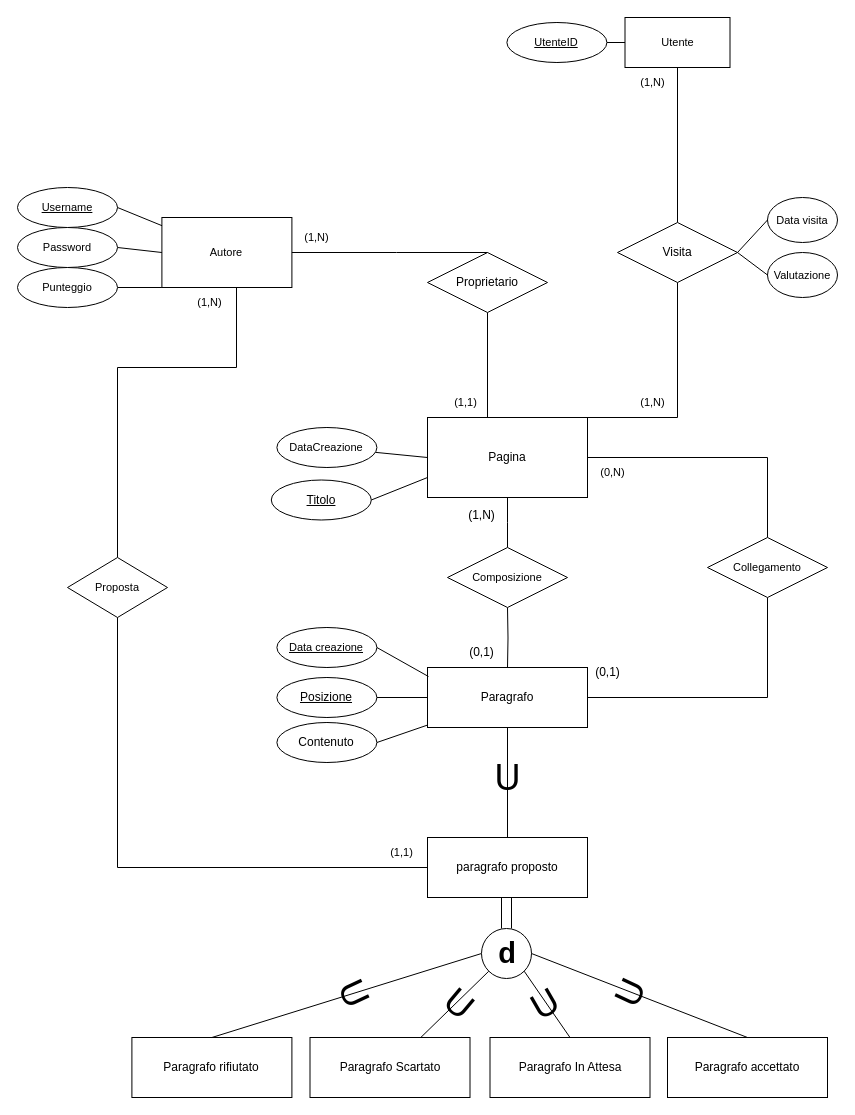
Earlier version of the draw.io diagram Basi Dati/Modello EER.drawio (nukeandboom/Progetto-OO-BD). Source tidied: cells renumbered, new cells numbered last; positions are measured from the earlier drawing's top-left corner, leaving out a move shared by most shapes. Both pictures are drawn from the tidied source at 100%, with x=0, y=0 at pixel (17, 17).
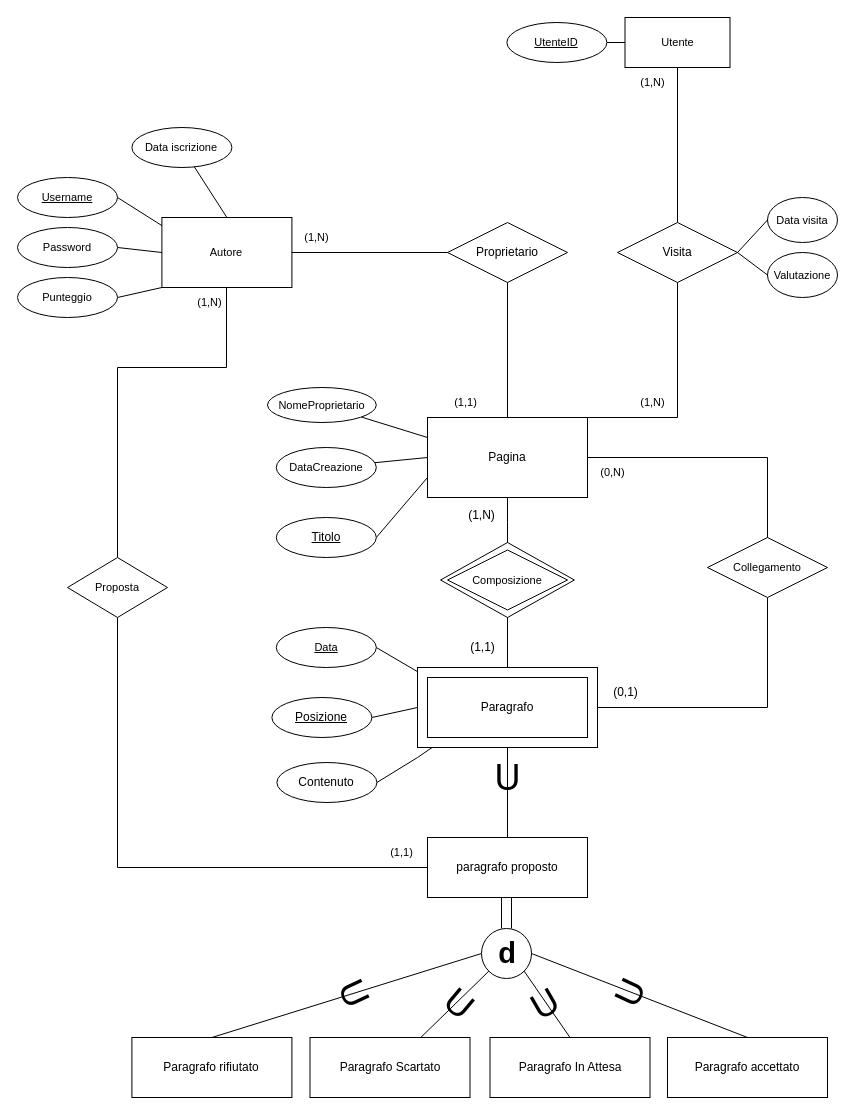
After the change.

Unchanged cells that the change refers to:
```xml
<mxCell id="5" value="Pagina" style="rounded=0;arcSize=10;whiteSpace=wrap;html=1;align=center;" parent="1" vertex="1">
  <mxGeometry x="410" y="400" width="160" height="80" as="geometry" />
</mxCell>
<mxCell id="16" value="Autore" style="rounded=0;arcSize=10;whiteSpace=wrap;html=1;align=center;fontFamily=Helvetica;fontSize=11;fontColor=default;" parent="1" vertex="1">
  <mxGeometry x="144.4" y="200" width="130" height="70" as="geometry" />
</mxCell>
<mxCell id="26" value="Proposta" style="shape=rhombus;perimeter=rhombusPerimeter;whiteSpace=wrap;html=1;align=center;fontFamily=Helvetica;fontSize=11;fontColor=default;" parent="1" vertex="1">
  <mxGeometry x="50" y="540" width="100" height="60" as="geometry" />
</mxCell>
<mxCell id="64" value="Collegamento" style="shape=rhombus;perimeter=rhombusPerimeter;whiteSpace=wrap;html=1;align=center;fontFamily=Helvetica;fontSize=11;fontColor=default;" parent="1" vertex="1">
  <mxGeometry x="690" y="520" width="120" height="60" as="geometry" />
</mxCell>
```

The edit, as a diff of the source:
```diff
@@
-    <mxCell id="7" style="edgeStyle=orthogonalEdgeStyle;shape=connector;rounded=0;jettySize=auto;html=1;exitX=1;exitY=0.5;exitDx=0;exitDy=0;entryX=0.5;entryY=1;entryDx=0;entryDy=0;labelBackgroundColor=default;strokeColor=default;align=center;verticalAlign=middle;fontFamily=Helvetica;fontSize=11;fontColor=default;endArrow=none;endFill=0;" parent="1" edge="1" source="8" target="64">
+    <mxCell id="7" style="edgeStyle=orthogonalEdgeStyle;shape=connector;rounded=0;jettySize=auto;html=1;exitX=1;exitY=0.5;exitDx=0;exitDy=0;entryX=0.5;entryY=1;entryDx=0;entryDy=0;labelBackgroundColor=default;strokeColor=default;align=center;verticalAlign=middle;fontFamily=Helvetica;fontSize=11;fontColor=default;endArrow=none;endFill=0;" parent="1" edge="1" target="64">
       <mxGeometry relative="1" as="geometry">
+        <mxPoint x="570" y="680" as="sourcePoint" />
         <Array as="points">
-          <mxPoint x="750" y="680" />
+          <mxPoint x="570" y="690" />
+          <mxPoint x="750" y="690" />
         </Array>
       </mxGeometry>
     </mxCell>
-    <mxCell id="8" value="Paragrafo" style="rounded=0;arcSize=24;whiteSpace=wrap;html=1;align=center;" parent="1" vertex="1">
-      <mxGeometry x="410" y="650" width="160" height="60" as="geometry" />
-    </mxCell>
-    <mxCell id="9" style="edgeStyle=none;shape=connector;rounded=0;jettySize=auto;html=1;exitX=1;exitY=0.5;exitDx=0;exitDy=0;labelBackgroundColor=default;strokeColor=default;align=center;verticalAlign=middle;fontFamily=Helvetica;fontSize=11;fontColor=default;endArrow=none;endFill=0;" parent="1" edge="1" source="10" target="8">
-      <mxGeometry relative="1" as="geometry" />
+    <mxCell id="9" style="edgeStyle=none;shape=connector;rounded=0;jettySize=auto;html=1;exitX=1;exitY=0.5;exitDx=0;exitDy=0;labelBackgroundColor=default;strokeColor=default;align=center;verticalAlign=middle;fontFamily=Helvetica;fontSize=11;fontColor=default;endArrow=none;endFill=0;" parent="1" edge="1" source="10">
+      <mxGeometry relative="1" as="geometry">
+        <mxPoint x="443.9" y="710" as="targetPoint" />
+        <Array as="points">
+          <mxPoint x="400" y="740" />
+        </Array>
+      </mxGeometry>
     </mxCell>
     <mxCell id="10" value="Contenuto" style="ellipse;whiteSpace=wrap;html=1;align=center;" parent="1" vertex="1">
-      <mxGeometry x="259.4" y="705" width="100" height="40" as="geometry" />
+      <mxGeometry x="259.4" y="745" width="100" height="40" as="geometry" />
     </mxCell>
     <mxCell id="11" value="(0,1)" style="text;html=1;align=center;verticalAlign=middle;strokeColor=none;fillColor=none;rotation=0;" parent="1" vertex="1">
-      <mxGeometry x="565" y="640" width="50" height="30" as="geometry" />
+      <mxGeometry x="582.5" y="660" width="50" height="30" as="geometry" />
     </mxCell>
@@
-    <mxCell id="15" value="(0,1)" style="text;html=1;align=center;verticalAlign=middle;strokeColor=none;fillColor=none;" parent="1" vertex="1">
-      <mxGeometry x="439.4" y="620" width="50" height="30" as="geometry" />
+    <mxCell id="15" value="(1,1)" style="text;html=1;align=center;verticalAlign=middle;strokeColor=none;fillColor=none;" parent="1" vertex="1">
+      <mxGeometry x="440" y="615" width="50" height="30" as="geometry" />
     </mxCell>
@@
-    <mxCell id="23" style="edgeStyle=none;shape=connector;rounded=0;jettySize=auto;html=1;exitX=1;exitY=0.5;exitDx=0;exitDy=0;entryX=0.006;entryY=0.15;entryDx=0;entryDy=0;labelBackgroundColor=default;strokeColor=default;align=center;verticalAlign=middle;fontFamily=Helvetica;fontSize=11;fontColor=default;endArrow=none;endFill=0;entryPerimeter=0;" parent="1" edge="1" source="24" target="8">
-      <mxGeometry relative="1" as="geometry" />
+    <mxCell id="23" style="edgeStyle=none;shape=connector;rounded=0;jettySize=auto;html=1;exitX=1;exitY=0.5;exitDx=0;exitDy=0;labelBackgroundColor=default;strokeColor=default;align=center;verticalAlign=middle;fontFamily=Helvetica;fontSize=11;fontColor=default;endArrow=none;endFill=0;" parent="1" edge="1" source="24">
+      <mxGeometry relative="1" as="geometry">
+        <mxPoint x="410" y="660" as="targetPoint" />
+      </mxGeometry>
     </mxCell>
-    <mxCell id="24" value="Data creazione" style="ellipse;whiteSpace=wrap;html=1;align=center;fontFamily=Helvetica;fontSize=11;fontColor=default;fontStyle=4;" parent="1" vertex="1">
-      <mxGeometry x="259.4" y="610" width="100" height="40" as="geometry" />
+    <mxCell id="24" value="Data" style="ellipse;whiteSpace=wrap;html=1;align=center;fontFamily=Helvetica;fontSize=11;fontColor=default;fontStyle=4;" parent="1" vertex="1">
+      <mxGeometry x="258.8" y="610" width="100" height="40" as="geometry" />
     </mxCell>
-    <mxCell id="25" style="edgeStyle=orthogonalEdgeStyle;shape=connector;rounded=0;jettySize=auto;html=1;exitX=0.5;exitY=0;exitDx=0;exitDy=0;entryX=0.25;entryY=1;entryDx=0;entryDy=0;labelBackgroundColor=default;strokeColor=default;align=center;verticalAlign=middle;fontFamily=Helvetica;fontSize=11;fontColor=default;endArrow=none;endFill=0;" parent="1" edge="1" source="26" target="16">
+    <mxCell id="25" style="edgeStyle=orthogonalEdgeStyle;shape=connector;rounded=0;jettySize=auto;html=1;exitX=0.5;exitY=0;exitDx=0;exitDy=0;labelBackgroundColor=default;strokeColor=default;align=center;verticalAlign=middle;fontFamily=Helvetica;fontSize=11;fontColor=default;endArrow=none;endFill=0;" parent="1" edge="1" source="26">
       <mxGeometry relative="1" as="geometry">
+        <mxPoint x="209" y="270" as="targetPoint" />
         <Array as="points">
           <mxPoint x="100" y="350" />
-          <mxPoint x="219" y="350" />
-          <mxPoint x="219" y="270" />
+          <mxPoint x="209" y="350" />
+          <mxPoint x="209" y="270" />
         </Array>
       </mxGeometry>
     </mxCell>
@@
     <mxCell id="30" value="DataCreazione" style="ellipse;whiteSpace=wrap;html=1;align=center;fontFamily=Helvetica;fontSize=11;fontColor=default;" parent="1" vertex="1">
-      <mxGeometry x="259.4" y="410" width="100" height="40" as="geometry" />
+      <mxGeometry x="258.8" y="430" width="100" height="40" as="geometry" />
     </mxCell>
@@
-    <mxCell id="32" style="edgeStyle=orthogonalEdgeStyle;shape=connector;rounded=0;jettySize=auto;html=1;exitX=0.5;exitY=1;exitDx=0;exitDy=0;entryX=0.5;entryY=0;entryDx=0;entryDy=0;labelBackgroundColor=default;strokeColor=default;align=center;verticalAlign=middle;fontFamily=Helvetica;fontSize=11;fontColor=default;endArrow=none;endFill=0;" parent="1" edge="1" target="8">
+    <mxCell id="32" style="edgeStyle=orthogonalEdgeStyle;shape=connector;rounded=0;orthogonalLoop=1;jettySize=auto;html=1;exitX=0.5;exitY=1;exitDx=0;exitDy=0;entryX=0.5;entryY=0;entryDx=0;entryDy=0;labelBackgroundColor=default;strokeColor=default;align=center;verticalAlign=middle;fontFamily=Helvetica;fontSize=11;fontColor=default;endArrow=none;endFill=0;" parent="1" edge="1">
       <mxGeometry relative="1" as="geometry">
         <mxPoint x="490" y="590" as="sourcePoint" />
+        <mxPoint x="490" y="650" as="targetPoint" />
       </mxGeometry>
     </mxCell>
-    <mxCell id="33" style="edgeStyle=none;shape=connector;rounded=0;jettySize=auto;html=1;exitX=1;exitY=0.5;exitDx=0;exitDy=0;entryX=0;entryY=0.5;entryDx=0;entryDy=0;labelBackgroundColor=default;strokeColor=default;align=center;verticalAlign=middle;fontFamily=Helvetica;fontSize=11;fontColor=default;endArrow=none;endFill=0;" parent="1" edge="1" source="34">
-      <mxGeometry relative="1" as="geometry">
-        <mxPoint x="410" y="680" as="targetPoint" />
-      </mxGeometry>
+    <mxCell id="33" style="edgeStyle=none;shape=connector;rounded=0;jettySize=auto;html=1;exitX=1;exitY=0.5;exitDx=0;exitDy=0;entryX=0;entryY=0.5;entryDx=0;entryDy=0;labelBackgroundColor=default;strokeColor=default;align=center;verticalAlign=middle;fontFamily=Helvetica;fontSize=11;fontColor=default;endArrow=none;endFill=0;" parent="1" edge="1" source="34" target="76">
+      <mxGeometry relative="1" as="geometry" />
     </mxCell>
     <mxCell id="34" value="Posizione" style="ellipse;whiteSpace=wrap;html=1;align=center;fontStyle=4;" parent="1" vertex="1">
-      <mxGeometry x="259.4" y="660" width="100" height="40" as="geometry" />
+      <mxGeometry x="254.4" y="680" width="100" height="40" as="geometry" />
     </mxCell>
     <mxCell id="35" value="Titolo" style="ellipse;whiteSpace=wrap;html=1;align=center;fontStyle=4;" parent="1" vertex="1">
-      <mxGeometry x="253.8" y="462.5" width="100" height="40" as="geometry" />
+      <mxGeometry x="258.8" y="500" width="100" height="40" as="geometry" />
     </mxCell>
-    <mxCell id="36" style="edgeStyle=orthogonalEdgeStyle;shape=connector;rounded=0;jettySize=auto;html=1;exitX=0.5;exitY=1;exitDx=0;exitDy=0;entryX=0;entryY=0;entryDx=0;entryDy=0;labelBackgroundColor=default;strokeColor=default;align=center;verticalAlign=middle;fontFamily=Helvetica;fontSize=11;fontColor=default;endArrow=none;endFill=0;" parent="1" edge="1" source="37" target="5">
-      <mxGeometry relative="1" as="geometry">
-        <Array as="points">
-          <mxPoint x="470" y="400" />
-        </Array>
-      </mxGeometry>
-    </mxCell>
     <mxCell id="37" value="Proprietario" style="shape=rhombus;perimeter=rhombusPerimeter;whiteSpace=wrap;html=1;align=center;" parent="1" vertex="1">
-      <mxGeometry x="410" y="235" width="120" height="60" as="geometry" />
+      <mxGeometry x="430" y="205" width="120" height="60" as="geometry" />
     </mxCell>
@@
     <mxCell id="52" value="Punteggio" style="ellipse;whiteSpace=wrap;html=1;align=center;fontFamily=Helvetica;fontSize=11;fontColor=default;" parent="1" vertex="1">
-      <mxGeometry y="250" width="100" height="40" as="geometry" />
+      <mxGeometry y="260" width="100" height="40" as="geometry" />
     </mxCell>
@@
     <mxCell id="55" value="&lt;u&gt;Username&lt;/u&gt;" style="ellipse;whiteSpace=wrap;html=1;align=center;fontFamily=Helvetica;fontSize=11;fontColor=default;" parent="1" vertex="1">
-      <mxGeometry y="170" width="100" height="40" as="geometry" />
+      <mxGeometry y="160" width="100" height="40" as="geometry" />
     </mxCell>
@@
-    <mxCell id="58" style="edgeStyle=orthogonalEdgeStyle;shape=connector;rounded=0;jettySize=auto;html=1;exitX=1;exitY=0.5;exitDx=0;exitDy=0;entryX=0.5;entryY=0;entryDx=0;entryDy=0;labelBackgroundColor=default;strokeColor=default;align=center;verticalAlign=middle;fontFamily=Helvetica;fontSize=11;fontColor=default;endArrow=none;endFill=0;" parent="1" edge="1" source="16" target="37">
-      <mxGeometry relative="1" as="geometry">
-        <Array as="points">
-          <mxPoint x="379" y="235" />
-        </Array>
-      </mxGeometry>
+    <mxCell id="58" style="shape=connector;rounded=0;jettySize=auto;html=1;exitX=1;exitY=0.5;exitDx=0;exitDy=0;entryX=0;entryY=0.5;entryDx=0;entryDy=0;labelBackgroundColor=default;strokeColor=default;align=center;verticalAlign=middle;fontFamily=Helvetica;fontSize=11;fontColor=default;endArrow=none;endFill=0;" parent="1" edge="1" source="16" target="37">
+      <mxGeometry relative="1" as="geometry" />
     </mxCell>
@@
-    <mxCell id="70" value="Composizione" style="shape=rhombus;perimeter=rhombusPerimeter;whiteSpace=wrap;html=1;align=center;fontFamily=Helvetica;fontSize=11;fontColor=default;" parent="1" vertex="1">
-      <mxGeometry x="430" y="530" width="120" height="60" as="geometry" />
-    </mxCell>
@@
+    <mxCell id="73" style="rounded=0;jettySize=auto;html=1;entryX=0;entryY=0.25;entryDx=0;entryDy=0;startArrow=none;startFill=0;endArrow=none;endFill=0;" parent="1" edge="1" source="74" target="5">
+      <mxGeometry relative="1" as="geometry" />
+    </mxCell>
+    <mxCell id="74" value="NomeProprietario" style="ellipse;whiteSpace=wrap;html=1;align=center;fontFamily=Helvetica;fontSize=11;fontColor=default;" parent="1" vertex="1">
+      <mxGeometry x="250" y="370" width="108.8" height="35" as="geometry" />
+    </mxCell>
+    <mxCell id="36" style="edgeStyle=orthogonalEdgeStyle;rounded=0;jettySize=auto;html=1;entryX=0.5;entryY=0;entryDx=0;entryDy=0;endArrow=none;endFill=0;" parent="1" edge="1" source="37" target="5">
+      <mxGeometry relative="1" as="geometry" />
+    </mxCell>
+    <mxCell id="75" style="rhombus;whiteSpace=wrap;html=1;rounded=0;strokeColor=default;align=center;verticalAlign=middle;fontFamily=Helvetica;fontSize=12;fontColor=default;fillColor=default;" parent="1" vertex="1">
+      <mxGeometry x="423.1" y="525" width="133.8" height="75" as="geometry" />
+    </mxCell>
+    <mxCell id="70" value="Composizione" style="shape=rhombus;perimeter=rhombusPerimeter;whiteSpace=wrap;html=1;align=center;fontFamily=Helvetica;fontSize=11;labelBackgroundColor=none;" parent="1" vertex="1">
+      <mxGeometry x="430" y="532.5" width="120" height="60" as="geometry" />
+    </mxCell>
+    <mxCell id="76" style="rounded=0;whiteSpace=wrap;html=1;" parent="1" vertex="1">
+      <mxGeometry x="400" y="650" width="180" height="80" as="geometry" />
+    </mxCell>
+    <mxCell id="8" value="Paragrafo" style="rounded=0;arcSize=24;whiteSpace=wrap;html=1;align=center;labelBackgroundColor=none;" parent="1" vertex="1">
+      <mxGeometry x="410" y="660" width="160" height="60" as="geometry" />
+    </mxCell>
+    <mxCell id="77" style="rounded=0;jettySize=auto;html=1;entryX=0.5;entryY=0;entryDx=0;entryDy=0;endArrow=none;endFill=0;" parent="1" edge="1" source="78" target="16">
+      <mxGeometry relative="1" as="geometry" />
+    </mxCell>
+    <mxCell id="78" value="Data iscrizione" style="ellipse;whiteSpace=wrap;html=1;align=center;fontFamily=Helvetica;fontSize=11;fontStyle=0;labelBackgroundColor=none;" parent="1" vertex="1">
+      <mxGeometry x="114.4" y="110" width="100" height="40" as="geometry" />
+    </mxCell>
```
